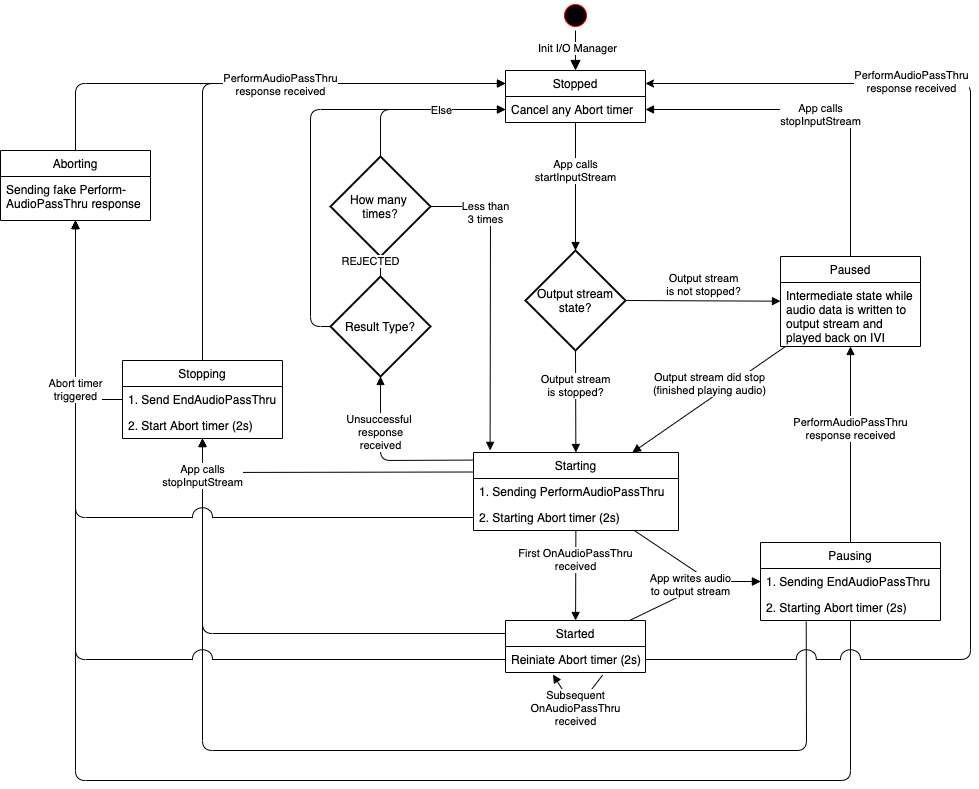
This is assets/proposals/0303-audio-io-manager/input-stream.png from smartdevicelink/sdl_evolution, a draw.io export, as it was before one commit. Source tidied: cells renumbered, new cells last; positions are measured from the earlier drawing's top-left corner, leaving out a move shared by most shapes. Source of this version:
```xml
<mxGraphModel>
  <root>
    <mxCell id="0" />
    <mxCell id="1" parent="0" />
    <mxCell id="2" style="ellipse;html=1;shape=startState;fillColor=#000000;strokeColor=#ff0000;" parent="1" vertex="1">
      <mxGeometry x="560" width="30" height="30" as="geometry" />
    </mxCell>
    <mxCell id="3" style="edgeStyle=orthogonalEdgeStyle;html=1;verticalAlign=bottom;endArrow=block;endSize=8;entryX=0.5;entryY=0;entryDx=0;entryDy=0;endFill=1;" parent="1" edge="1" source="2" target="5">
      <mxGeometry relative="1" as="geometry" />
    </mxCell>
    <mxCell id="4" value="Init I/O Manager" style="edgeLabel;html=1;align=center;verticalAlign=middle;" parent="3" vertex="1">
      <mxGeometry x="-0.13" y="1" relative="1" as="geometry" />
    </mxCell>
    <mxCell id="5" value="Stopped" style="swimlane;fontStyle=0;horizontal=1;startSize=26;fillColor=none;" parent="1" vertex="1">
      <mxGeometry x="505" y="70" width="140" height="52" as="geometry" />
    </mxCell>
    <mxCell id="6" value="Cancel any Abort timer" style="text;strokeColor=none;fillColor=none;align=left;verticalAlign=top;spacingLeft=4;spacingRight=4;overflow=hidden;points=[[0,0.5],[1,0.5]];portConstraint=eastwest;" parent="5" vertex="1">
      <mxGeometry y="26" width="140" height="26" as="geometry" />
    </mxCell>
    <mxCell id="7" value="App calls&lt;br&gt;startInputStream" style="html=1;verticalAlign=bottom;endArrow=block;exitX=0.5;exitY=1;exitDx=0;exitDy=0;entryX=0.5;entryY=0;entryDx=0;entryDy=0;entryPerimeter=0;" parent="1" edge="1" source="5" target="8">
      <mxGeometry relative="1" as="geometry" />
    </mxCell>
    <mxCell id="8" value="Output stream&lt;br&gt;state?" style="strokeWidth=2;html=1;shape=mxgraph.flowchart.decision;whiteSpace=wrap;" parent="1" vertex="1">
      <mxGeometry x="525" y="250" width="100" height="100" as="geometry" />
    </mxCell>
    <mxCell id="9" value="Starting" style="swimlane;fontStyle=0;horizontal=1;startSize=26;fillColor=none;" parent="1" vertex="1">
      <mxGeometry x="473" y="452" width="205" height="78" as="geometry" />
    </mxCell>
    <mxCell id="10" value="1. Sending PerformAudioPassThru" style="text;strokeColor=none;fillColor=none;align=left;verticalAlign=top;spacingLeft=4;spacingRight=4;overflow=hidden;points=[[0,0.5],[1,0.5]];portConstraint=eastwest;" parent="9" vertex="1">
      <mxGeometry y="26" width="205" height="26" as="geometry" />
    </mxCell>
    <mxCell id="11" value="2. Starting Abort timer (2s)" style="text;strokeColor=none;fillColor=none;align=left;verticalAlign=top;spacingLeft=4;spacingRight=4;overflow=hidden;points=[[0,0.5],[1,0.5]];portConstraint=eastwest;" parent="9" vertex="1">
      <mxGeometry y="52" width="205" height="26" as="geometry" />
    </mxCell>
    <mxCell id="12" value="&lt;div&gt;Output stream&lt;/div&gt;&lt;div&gt;is stopped?&lt;br&gt;&lt;/div&gt;" style="html=1;verticalAlign=bottom;endArrow=block;exitX=0.5;exitY=1;exitDx=0;exitDy=0;exitPerimeter=0;" parent="1" edge="1" source="8" target="9">
      <mxGeometry relative="1" as="geometry" />
    </mxCell>
    <mxCell id="13" value="&lt;div&gt;Output stream&lt;/div&gt;&lt;div&gt;is not stopped?&lt;br&gt;&lt;/div&gt;" style="html=1;verticalAlign=bottom;endArrow=block;exitX=1;exitY=0.5;exitDx=0;exitDy=0;exitPerimeter=0;" parent="1" edge="1" source="8" target="27">
      <mxGeometry relative="1" as="geometry" />
    </mxCell>
    <mxCell id="14" value="&lt;div&gt;Output stream did stop&lt;/div&gt;(finished playing audio)" style="html=1;verticalAlign=bottom;endArrow=block;" parent="1" edge="1" source="27" target="9">
      <mxGeometry relative="1" as="geometry" />
    </mxCell>
    <mxCell id="15" value="&lt;div&gt;App calls&lt;/div&gt;&lt;div&gt;stopInputStream&lt;br&gt;&lt;/div&gt;" style="html=1;verticalAlign=bottom;endArrow=block;entryX=1;entryY=0.5;entryDx=0;entryDy=0;" parent="1" edge="1" source="27" target="6">
      <mxGeometry x="-0.28" y="30" relative="1" as="geometry">
        <Array as="points">
          <mxPoint x="850" y="109" />
        </Array>
      </mxGeometry>
    </mxCell>
    <mxCell id="16" style="html=1;verticalAlign=bottom;endArrow=block;entryX=0;entryY=0.25;entryDx=0;entryDy=0;" parent="1" edge="1" source="45" target="5">
      <mxGeometry relative="1" as="geometry">
        <Array as="points">
          <mxPoint x="75" y="83" />
        </Array>
      </mxGeometry>
    </mxCell>
    <mxCell id="17" value="Started" style="swimlane;fontStyle=0;horizontal=1;startSize=26;fillColor=none;" parent="1" vertex="1">
      <mxGeometry x="505" y="620" width="140" height="52" as="geometry" />
    </mxCell>
    <mxCell id="18" value="Reiniate Abort timer (2s)" style="text;strokeColor=none;fillColor=none;align=left;verticalAlign=top;spacingLeft=4;spacingRight=4;overflow=hidden;points=[[0,0.5],[1,0.5]];portConstraint=eastwest;" parent="17" vertex="1">
      <mxGeometry y="26" width="140" height="26" as="geometry" />
    </mxCell>
    <mxCell id="19" value="&lt;div&gt;Subsequent&lt;br&gt;&lt;/div&gt;&lt;div&gt;OnAudioPassThru&lt;/div&gt;&lt;div&gt;received&lt;br&gt;&lt;/div&gt;" style="html=1;verticalAlign=bottom;endArrow=block;exitX=0.693;exitY=1.103;exitDx=0;exitDy=0;exitPerimeter=0;entryX=0.339;entryY=1.077;entryDx=0;entryDy=0;entryPerimeter=0;" parent="17" edge="1" source="18" target="18">
      <mxGeometry x="0.02" y="20" relative="1" as="geometry">
        <Array as="points">
          <mxPoint x="70" y="90" />
        </Array>
        <mxPoint x="17" y="9" as="offset" />
      </mxGeometry>
    </mxCell>
    <mxCell id="20" value="&lt;div&gt;First OnAudioPassThru&lt;/div&gt;&lt;div&gt;received&lt;br&gt;&lt;/div&gt;" style="html=1;verticalAlign=bottom;endArrow=block;" parent="1" edge="1" source="9" target="17">
      <mxGeometry relative="1" as="geometry" />
    </mxCell>
    <mxCell id="21" value="Pausing" style="swimlane;fontStyle=0;horizontal=1;startSize=26;fillColor=none;" parent="1" vertex="1">
      <mxGeometry x="760" y="542" width="180" height="78" as="geometry" />
    </mxCell>
    <mxCell id="22" value="1. Sending EndAudioPassThru" style="text;strokeColor=none;fillColor=none;align=left;verticalAlign=top;spacingLeft=4;spacingRight=4;overflow=hidden;" parent="21" vertex="1">
      <mxGeometry y="26" width="180" height="26" as="geometry" />
    </mxCell>
    <mxCell id="23" value="2. Starting Abort timer (2s)" style="text;strokeColor=none;fillColor=none;align=left;verticalAlign=top;spacingLeft=4;spacingRight=4;overflow=hidden;points=[[0,0.5],[1,0.5]];portConstraint=eastwest;" parent="21" vertex="1">
      <mxGeometry y="52" width="180" height="26" as="geometry" />
    </mxCell>
    <mxCell id="24" style="html=1;verticalAlign=bottom;endArrow=block;" parent="1" edge="1" source="9" target="21">
      <mxGeometry relative="1" as="geometry">
        <Array as="points">
          <mxPoint x="710" y="581" />
        </Array>
      </mxGeometry>
    </mxCell>
    <mxCell id="25" value="&lt;div&gt;App writes audio&lt;/div&gt;&lt;div&gt;to output stream&lt;/div&gt;" style="html=1;verticalAlign=bottom;endArrow=block;" parent="1" edge="1" source="17" target="21">
      <mxGeometry x="0.29" y="-28" relative="1" as="geometry">
        <Array as="points">
          <mxPoint x="710" y="581" />
        </Array>
        <mxPoint x="-20" y="-9" as="offset" />
      </mxGeometry>
    </mxCell>
    <mxCell id="26" value="&lt;div&gt;PerformAudioPassThru&lt;/div&gt;&lt;div&gt;response received&lt;br&gt;&lt;/div&gt;" style="html=1;verticalAlign=bottom;endArrow=block;" parent="1" edge="1" source="21" target="27">
      <mxGeometry relative="1" as="geometry" />
    </mxCell>
    <mxCell id="27" value="Paused" style="swimlane;fontStyle=0;horizontal=1;startSize=26;fillColor=none;" parent="1" vertex="1">
      <mxGeometry x="780" y="256" width="140" height="90" as="geometry" />
    </mxCell>
    <mxCell id="28" value="Intermediate state while&#10;audio data is written to&#10;output stream and&#10;played back on IVI&#10;" style="text;strokeColor=none;fillColor=none;align=left;verticalAlign=top;spacingLeft=4;spacingRight=4;overflow=hidden;" parent="27" vertex="1">
      <mxGeometry y="26" width="140" height="64" as="geometry" />
    </mxCell>
    <mxCell id="29" style="html=1;verticalAlign=bottom;endArrow=block;" parent="1" edge="1" source="21" target="45">
      <mxGeometry y="-9" relative="1" as="geometry">
        <Array as="points">
          <mxPoint x="850" y="780" />
          <mxPoint x="75" y="780" />
        </Array>
      </mxGeometry>
    </mxCell>
    <mxCell id="30" style="html=1;verticalAlign=bottom;endArrow=block;exitX=0;exitY=0.25;exitDx=0;exitDy=0;" parent="1" edge="1" source="17" target="49">
      <mxGeometry x="0.08" y="-30" relative="1" as="geometry">
        <Array as="points">
          <mxPoint x="202" y="633" />
        </Array>
      </mxGeometry>
    </mxCell>
    <mxCell id="31" style="html=1;verticalAlign=bottom;endArrow=block;exitX=0.254;exitY=1.044;exitDx=0;exitDy=0;exitPerimeter=0;" parent="1" edge="1" source="23" target="49">
      <mxGeometry x="0.08" y="-30" relative="1" as="geometry">
        <Array as="points">
          <mxPoint x="806" y="750" />
          <mxPoint x="202" y="750" />
        </Array>
      </mxGeometry>
    </mxCell>
    <mxCell id="32" value="&lt;div&gt;App calls&lt;/div&gt;&lt;div&gt;stopInputStream&lt;br&gt;&lt;/div&gt;" style="html=1;verticalAlign=bottom;endArrow=block;exitX=0;exitY=0.25;exitDx=0;exitDy=0;" parent="1" edge="1" source="9" target="49">
      <mxGeometry x="0.78" y="19" relative="1" as="geometry">
        <Array as="points">
          <mxPoint x="202" y="472" />
        </Array>
        <mxPoint x="19" y="19" as="offset" />
      </mxGeometry>
    </mxCell>
    <mxCell id="33" style="html=1;verticalAlign=bottom;endArrow=block;" parent="1" edge="1" source="47" target="45">
      <mxGeometry relative="1" as="geometry">
        <Array as="points">
          <mxPoint x="75" y="399" />
        </Array>
      </mxGeometry>
    </mxCell>
    <mxCell id="34" style="html=1;verticalAlign=bottom;endArrow=block;exitX=0;exitY=0.5;exitDx=0;exitDy=0;jumpStyle=arc;jumpSize=20;" parent="1" edge="1" source="11" target="45">
      <mxGeometry y="-9" relative="1" as="geometry">
        <Array as="points">
          <mxPoint x="75" y="517" />
        </Array>
      </mxGeometry>
    </mxCell>
    <mxCell id="35" value="&lt;div&gt;Abort timer&lt;/div&gt;&lt;div&gt;triggered&lt;br&gt;&lt;/div&gt;" style="html=1;verticalAlign=bottom;endArrow=block;jumpStyle=arc;jumpSize=20;exitX=0;exitY=0.5;exitDx=0;exitDy=0;" parent="1" edge="1" source="18" target="45">
      <mxGeometry x="0.57" relative="1" as="geometry">
        <Array as="points">
          <mxPoint x="75" y="659" />
        </Array>
      </mxGeometry>
    </mxCell>
    <mxCell id="36" value="&lt;div&gt;PerformAudioPassThru&lt;/div&gt;&lt;div&gt;response received&lt;br&gt;&lt;/div&gt;" style="html=1;verticalAlign=bottom;endArrow=block;entryX=0;entryY=0.25;entryDx=0;entryDy=0;" parent="1" edge="1" source="47" target="5">
      <mxGeometry x="0.22" y="-17" relative="1" as="geometry">
        <Array as="points">
          <mxPoint x="202" y="83" />
        </Array>
      </mxGeometry>
    </mxCell>
    <mxCell id="37" value="&lt;div&gt;Unsuccessful &lt;br&gt;&lt;/div&gt;&lt;div&gt;response&lt;/div&gt;&lt;div&gt;received&lt;br&gt;&lt;/div&gt;" style="html=1;verticalAlign=bottom;endArrow=block;exitX=0;exitY=0.097;exitDx=0;exitDy=0;entryX=0.5;entryY=1;entryDx=0;entryDy=0;entryPerimeter=0;exitPerimeter=0;" parent="1" edge="1" source="9" target="38">
      <mxGeometry x="0.1" y="-2" relative="1" as="geometry">
        <Array as="points">
          <mxPoint x="380" y="460" />
        </Array>
        <mxPoint x="-2" y="-2" as="offset" />
      </mxGeometry>
    </mxCell>
    <mxCell id="38" value="Result Type?" style="strokeWidth=2;html=1;shape=mxgraph.flowchart.decision;whiteSpace=wrap;" parent="1" vertex="1">
      <mxGeometry x="330" y="276" width="100" height="100" as="geometry" />
    </mxCell>
    <mxCell id="39" value="&lt;div&gt;How many &lt;br&gt;&lt;/div&gt;&lt;div&gt;times?&lt;/div&gt;" style="strokeWidth=2;html=1;shape=mxgraph.flowchart.decision;whiteSpace=wrap;" parent="1" vertex="1">
      <mxGeometry x="330" y="156" width="100" height="100" as="geometry" />
    </mxCell>
    <mxCell id="40" style="html=1;verticalAlign=bottom;endArrow=block;exitX=0;exitY=0.5;exitDx=0;exitDy=0;exitPerimeter=0;entryX=0;entryY=0.5;entryDx=0;entryDy=0;" parent="1" edge="1" source="38" target="6">
      <mxGeometry relative="1" as="geometry">
        <Array as="points">
          <mxPoint x="310" y="326" />
          <mxPoint x="310" y="109" />
        </Array>
      </mxGeometry>
    </mxCell>
    <mxCell id="41" value="REJECTED" style="html=1;verticalAlign=bottom;endArrow=block;exitX=0.5;exitY=0;exitDx=0;exitDy=0;exitPerimeter=0;" parent="1" edge="1" source="38" target="39">
      <mxGeometry x="-0.41" y="10" relative="1" as="geometry" />
    </mxCell>
    <mxCell id="42" style="html=1;verticalAlign=bottom;endArrow=block;exitX=0.5;exitY=0;exitDx=0;exitDy=0;exitPerimeter=0;entryX=0;entryY=0.75;entryDx=0;entryDy=0;" parent="1" edge="1" source="39" target="5">
      <mxGeometry x="0.06" y="-13" relative="1" as="geometry">
        <Array as="points">
          <mxPoint x="380" y="109" />
        </Array>
      </mxGeometry>
    </mxCell>
    <mxCell id="43" value="Else" style="edgeLabel;html=1;align=center;verticalAlign=middle;" parent="42" vertex="1">
      <mxGeometry x="0.33" y="4" relative="1" as="geometry">
        <mxPoint x="-7" y="4" as="offset" />
      </mxGeometry>
    </mxCell>
    <mxCell id="44" value="&lt;div&gt;Less than&lt;/div&gt;&lt;div&gt;3 times&lt;br&gt;&lt;/div&gt;" style="html=1;verticalAlign=bottom;endArrow=block;exitX=1;exitY=0.5;exitDx=0;exitDy=0;exitPerimeter=0;entryX=0.081;entryY=-0.027;entryDx=0;entryDy=0;entryPerimeter=0;" parent="1" edge="1" source="39" target="9">
      <mxGeometry x="-0.46" y="-5" relative="1" as="geometry">
        <Array as="points">
          <mxPoint x="490" y="206" />
        </Array>
      </mxGeometry>
    </mxCell>
    <mxCell id="45" value="Aborting" style="swimlane;fontStyle=0;horizontal=1;startSize=26;fillColor=none;" parent="1" vertex="1">
      <mxGeometry y="150" width="150" height="70" as="geometry" />
    </mxCell>
    <mxCell id="46" value="Sending fake Perform-&#10;AudioPassThru response" style="text;strokeColor=none;fillColor=none;align=left;verticalAlign=top;spacingLeft=4;spacingRight=4;overflow=hidden;" parent="45" vertex="1">
      <mxGeometry y="26" width="150" height="44" as="geometry" />
    </mxCell>
    <mxCell id="47" value="Stopping" style="swimlane;fontStyle=0;horizontal=1;startSize=26;fillColor=none;" parent="1" vertex="1">
      <mxGeometry x="122" y="360" width="160" height="78" as="geometry" />
    </mxCell>
    <mxCell id="48" value="1. Send EndAudioPassThru" style="text;strokeColor=none;fillColor=none;align=left;verticalAlign=top;spacingLeft=4;spacingRight=4;overflow=hidden;" parent="47" vertex="1">
      <mxGeometry y="26" width="160" height="26" as="geometry" />
    </mxCell>
    <mxCell id="49" value="2. Start Abort timer (2s)" style="text;strokeColor=none;fillColor=none;align=left;verticalAlign=top;spacingLeft=4;spacingRight=4;overflow=hidden;points=[[0,0.5],[1,0.5]];portConstraint=eastwest;" parent="47" vertex="1">
      <mxGeometry y="52" width="160" height="26" as="geometry" />
    </mxCell>
    <mxCell id="50" style="endArrow=classic;html=1;exitX=1;exitY=0.75;exitDx=0;exitDy=0;entryX=1;entryY=0.25;entryDx=0;entryDy=0;jumpStyle=arc;jumpSize=20;" parent="1" edge="1" source="17" target="5">
      <mxGeometry relative="1" as="geometry">
        <Array as="points">
          <mxPoint x="970" y="659" />
          <mxPoint x="970" y="83" />
        </Array>
      </mxGeometry>
    </mxCell>
    <mxCell id="51" value="&lt;div&gt;PerformAudioPassThru&lt;/div&gt;&lt;div&gt;response received&lt;br&gt;&lt;/div&gt;" style="edgeLabel;html=1;align=center;verticalAlign=middle;" parent="50" vertex="1">
      <mxGeometry x="-0.42" y="-1" relative="1" as="geometry">
        <mxPoint x="-61" y="-548" as="offset" />
      </mxGeometry>
    </mxCell>
  </root>
</mxGraphModel>
```
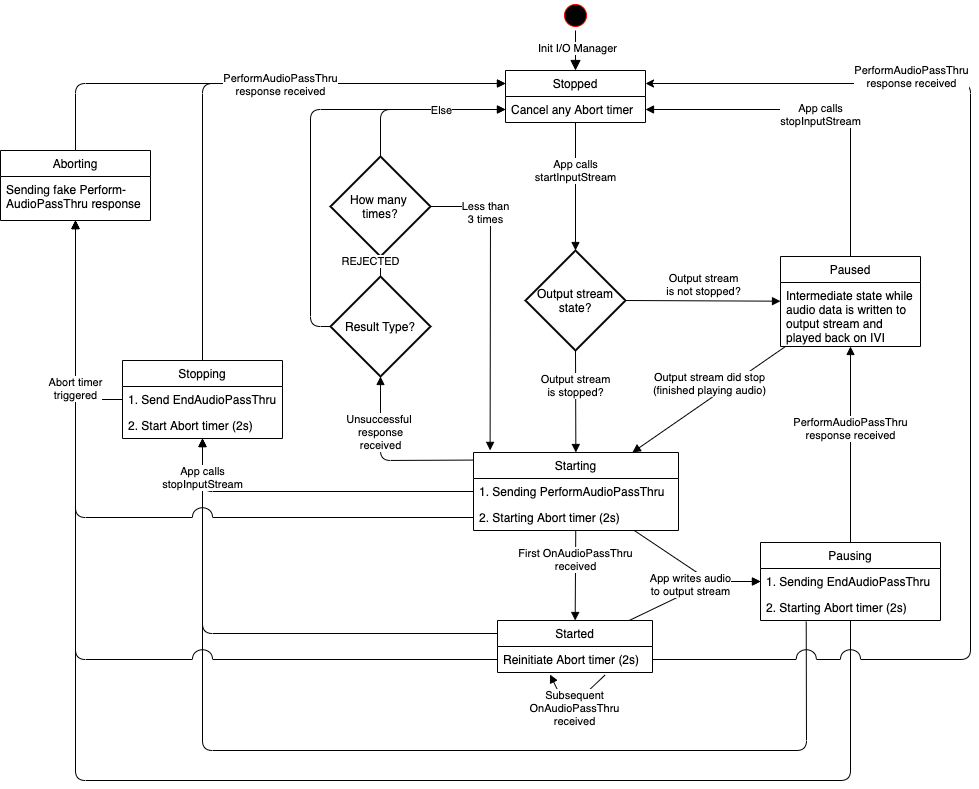
Later version of the same file.

Commit message:
Fixing a typo in the input stream activity diagram.

The edit, as a diff of the source:
```diff
@@ -56,17 +56,17 @@
       </mxGeometry>
     </mxCell>
     <mxCell id="17" value="Started" style="swimlane;fontStyle=0;horizontal=1;startSize=26;fillColor=none;" parent="1" vertex="1">
-      <mxGeometry x="505" y="620" width="140" height="52" as="geometry" />
+      <mxGeometry x="497" y="620" width="155" height="52" as="geometry" />
     </mxCell>
-    <mxCell id="18" value="Reiniate Abort timer (2s)" style="text;strokeColor=none;fillColor=none;align=left;verticalAlign=top;spacingLeft=4;spacingRight=4;overflow=hidden;points=[[0,0.5],[1,0.5]];portConstraint=eastwest;" parent="17" vertex="1">
-      <mxGeometry y="26" width="140" height="26" as="geometry" />
+    <mxCell id="18" value="Reinitiate Abort timer (2s)" style="text;strokeColor=none;fillColor=none;align=left;verticalAlign=top;spacingLeft=4;spacingRight=4;overflow=hidden;points=[[0,0.5],[1,0.5]];portConstraint=eastwest;" parent="17" vertex="1">
+      <mxGeometry y="26" width="155" height="26" as="geometry" />
     </mxCell>
     <mxCell id="19" value="&lt;div&gt;Subsequent&lt;br&gt;&lt;/div&gt;&lt;div&gt;OnAudioPassThru&lt;/div&gt;&lt;div&gt;received&lt;br&gt;&lt;/div&gt;" style="html=1;verticalAlign=bottom;endArrow=block;exitX=0.693;exitY=1.103;exitDx=0;exitDy=0;exitPerimeter=0;entryX=0.339;entryY=1.077;entryDx=0;entryDy=0;entryPerimeter=0;" parent="17" edge="1" source="18" target="18">
-      <mxGeometry x="0.02" y="20" relative="1" as="geometry">
+      <mxGeometry x="0.13" y="21" relative="1" as="geometry">
         <Array as="points">
           <mxPoint x="70" y="90" />
         </Array>
-        <mxPoint x="17" y="9" as="offset" />
+        <mxPoint x="26" y="10" as="offset" />
       </mxGeometry>
     </mxCell>
     <mxCell id="20" value="&lt;div&gt;First OnAudioPassThru&lt;/div&gt;&lt;div&gt;received&lt;br&gt;&lt;/div&gt;" style="html=1;verticalAlign=bottom;endArrow=block;" parent="1" edge="1" source="9" target="17">
@@ -128,10 +128,10 @@
         </Array>
       </mxGeometry>
     </mxCell>
-    <mxCell id="32" value="&lt;div&gt;App calls&lt;/div&gt;&lt;div&gt;stopInputStream&lt;br&gt;&lt;/div&gt;" style="html=1;verticalAlign=bottom;endArrow=block;exitX=0;exitY=0.25;exitDx=0;exitDy=0;" parent="1" edge="1" source="9" target="49">
+    <mxCell id="32" value="&lt;div&gt;App calls&lt;/div&gt;&lt;div&gt;stopInputStream&lt;br&gt;&lt;/div&gt;" style="html=1;verticalAlign=bottom;endArrow=block;exitX=0;exitY=0.5;exitDx=0;exitDy=0;" parent="1" edge="1" source="10" target="49">
       <mxGeometry x="0.78" y="19" relative="1" as="geometry">
         <Array as="points">
-          <mxPoint x="202" y="472" />
+          <mxPoint x="202" y="491" />
         </Array>
         <mxPoint x="19" y="19" as="offset" />
       </mxGeometry>
```
